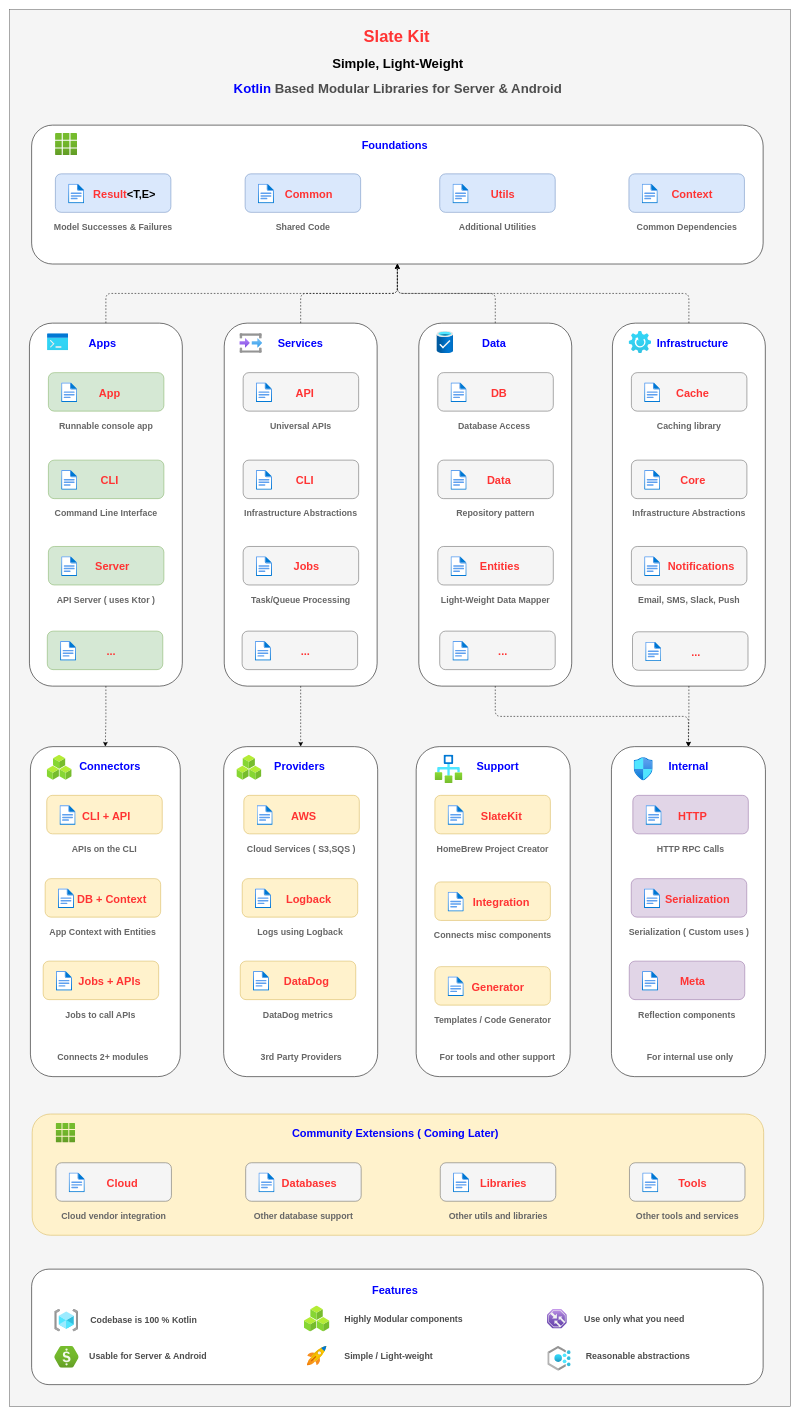
Above: doc/diagrams/slatekit-overview.drawio in slatekit/kiit (draw.io), before the change. Source tidied: cells renumbered, new cells numbered last; positions are measured from the earlier drawing's top-left corner, leaving out a move shared by most shapes. Both pictures are drawn from the tidied source at 55%, with x=0, y=0 at pixel (9, 9).
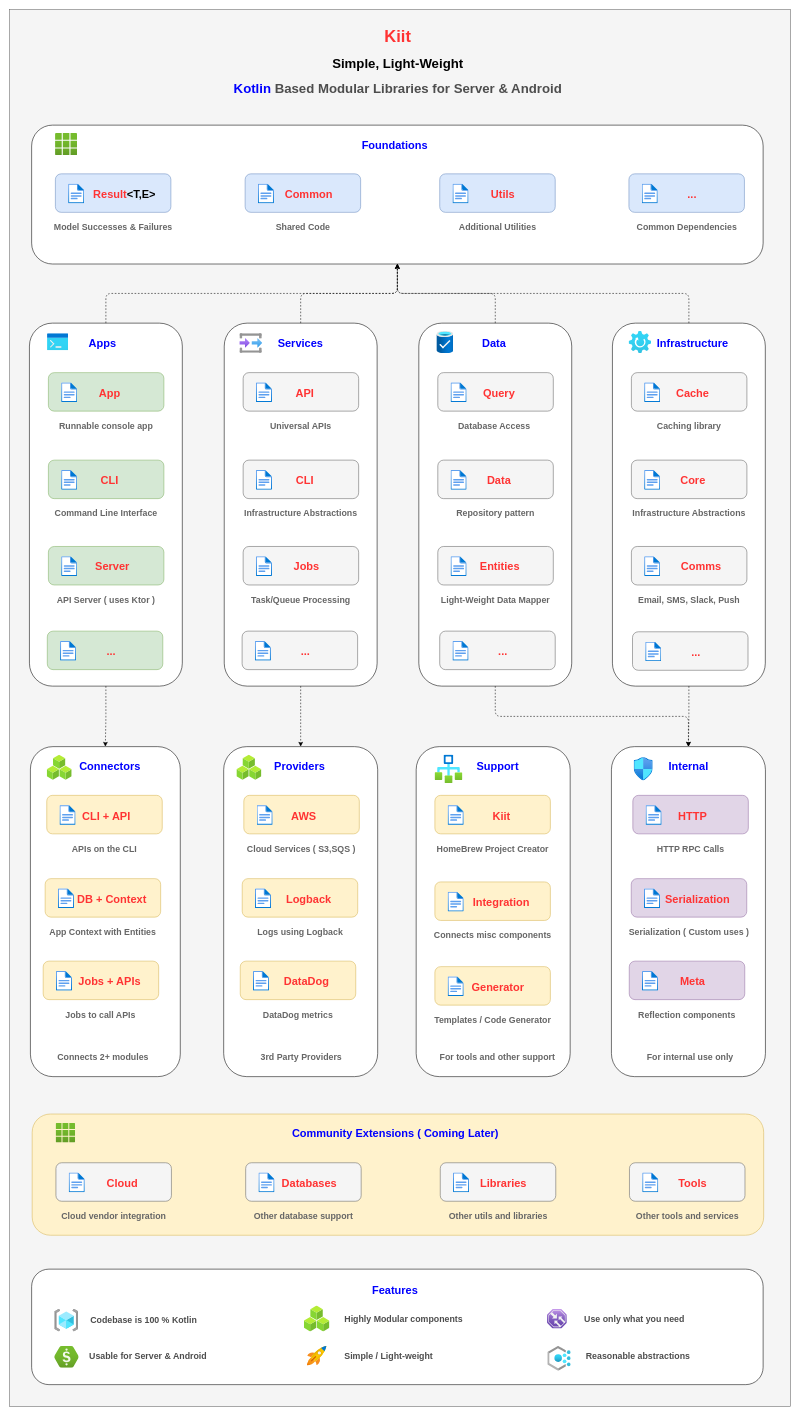
The same page after the edit.

What changed in the source:
```diff
@@
-    <mxCell id="5" value="&lt;font&gt;&lt;span style=&quot;font-size: 14px&quot;&gt;&lt;font color=&quot;#ff3333&quot; style=&quot;font-weight: bold ; font-size: 30px&quot;&gt;Slate Kit&lt;/font&gt;&lt;font color=&quot;#3333ff&quot; style=&quot;font-weight: bold ; font-size: 14px&quot;&gt;&amp;nbsp;&lt;br&gt;&lt;br&gt;&lt;/font&gt;&lt;font style=&quot;font-weight: bold ; font-size: 24px&quot;&gt;Simple, Light-Weight&lt;br&gt;&lt;/font&gt;&lt;br&gt;&lt;font style=&quot;font-size: 24px&quot;&gt;&lt;b&gt;&lt;font color=&quot;#0000ff&quot;&gt;Kotlin&lt;/font&gt;&lt;font color=&quot;#4d4d4d&quot;&gt; Based Modular&lt;/font&gt;&lt;font color=&quot;#4d4d4d&quot;&gt;&amp;nbsp;Libraries for Server &amp;amp; Android&lt;/font&gt;&lt;/b&gt;&lt;/font&gt;&lt;br&gt;&lt;/span&gt;&lt;/font&gt;" style="text;html=1;strokeColor=none;fillColor=none;align=center;verticalAlign=middle;whiteSpace=wrap;rounded=0;" parent="1" vertex="1">
+    <mxCell id="5" value="&lt;font&gt;&lt;span style=&quot;font-size: 14px&quot;&gt;&lt;font color=&quot;#ff3333&quot; style=&quot;font-weight: bold ; font-size: 30px&quot;&gt;Kiit&lt;/font&gt;&lt;font color=&quot;#3333ff&quot; style=&quot;font-weight: bold ; font-size: 14px&quot;&gt;&lt;br&gt;&lt;br&gt;&lt;/font&gt;&lt;font style=&quot;font-weight: bold ; font-size: 24px&quot;&gt;Simple, Light-Weight&lt;br&gt;&lt;/font&gt;&lt;br&gt;&lt;font style=&quot;font-size: 24px&quot;&gt;&lt;b&gt;&lt;font color=&quot;#0000ff&quot;&gt;Kotlin&lt;/font&gt;&lt;font color=&quot;#4d4d4d&quot;&gt; Based Modular&lt;/font&gt;&lt;font color=&quot;#4d4d4d&quot;&gt;&amp;nbsp;Libraries for Server &amp;amp; Android&lt;/font&gt;&lt;/b&gt;&lt;/font&gt;&lt;br&gt;&lt;/span&gt;&lt;/font&gt;" style="text;html=1;strokeColor=none;fillColor=none;align=center;verticalAlign=middle;whiteSpace=wrap;rounded=0;" parent="1" vertex="1">
       <mxGeometry x="62" y="30" width="1288" height="130" as="geometry" />
     </mxCell>
@@
-    <mxCell id="25" value="&lt;font color=&quot;#ff3333&quot;&gt;&lt;span style=&quot;font-size: 20px&quot;&gt;&lt;b&gt;Context&lt;/b&gt;&lt;/span&gt;&lt;/font&gt;" style="text;html=1;strokeColor=none;fillColor=none;align=center;verticalAlign=middle;whiteSpace=wrap;rounded=0;" parent="1" vertex="1">
+    <mxCell id="25" value="&lt;font color=&quot;#ff3333&quot;&gt;&lt;span style=&quot;font-size: 20px&quot;&gt;&lt;b&gt;...&lt;/b&gt;&lt;/span&gt;&lt;/font&gt;" style="text;html=1;strokeColor=none;fillColor=none;align=center;verticalAlign=middle;whiteSpace=wrap;rounded=0;" parent="1" vertex="1">
       <mxGeometry x="1171.9" y="319.8" width="138.3" height="30" as="geometry" />
     </mxCell>
@@
-    <mxCell id="59" value="&lt;font color=&quot;#ff3333&quot;&gt;&lt;span style=&quot;font-size: 20px&quot;&gt;&lt;b&gt;DB&lt;/b&gt;&lt;/span&gt;&lt;/font&gt;" style="text;html=1;strokeColor=none;fillColor=none;align=center;verticalAlign=middle;whiteSpace=wrap;rounded=0;" parent="1" vertex="1">
+    <mxCell id="59" value="&lt;font color=&quot;#ff3333&quot;&gt;&lt;span style=&quot;font-size: 20px&quot;&gt;&lt;b&gt;Query&lt;/b&gt;&lt;/span&gt;&lt;/font&gt;" style="text;html=1;strokeColor=none;fillColor=none;align=center;verticalAlign=middle;whiteSpace=wrap;rounded=0;" parent="1" vertex="1">
       <mxGeometry x="845.3" y="681.2" width="90" height="30" as="geometry" />
     </mxCell>
@@
-    <mxCell id="81" value="&lt;font color=&quot;#ff3333&quot;&gt;&lt;span style=&quot;font-size: 20px&quot;&gt;&lt;b&gt;Notifications&lt;/b&gt;&lt;/span&gt;&lt;/font&gt;" style="text;html=1;strokeColor=none;fillColor=none;align=center;verticalAlign=middle;whiteSpace=wrap;rounded=0;" parent="1" vertex="1">
+    <mxCell id="81" value="&lt;font color=&quot;#ff3333&quot;&gt;&lt;span style=&quot;font-size: 20px&quot;&gt;&lt;b&gt;Comms&lt;/b&gt;&lt;/span&gt;&lt;/font&gt;" style="text;html=1;strokeColor=none;fillColor=none;align=center;verticalAlign=middle;whiteSpace=wrap;rounded=0;" parent="1" vertex="1">
       <mxGeometry x="1197.3" y="997.3" width="120.7" height="30" as="geometry" />
     </mxCell>
@@
-    <mxCell id="105" value="&lt;font color=&quot;#ff3333&quot;&gt;&lt;span style=&quot;font-size: 20px&quot;&gt;&lt;b&gt;SlateKit&lt;/b&gt;&lt;/span&gt;&lt;/font&gt;" style="text;html=1;strokeColor=none;fillColor=none;align=center;verticalAlign=middle;whiteSpace=wrap;rounded=0;" parent="1" vertex="1">
+    <mxCell id="105" value="&lt;font color=&quot;#ff3333&quot;&gt;&lt;span style=&quot;font-size: 20px&quot;&gt;&lt;b&gt;Kiit&lt;/b&gt;&lt;/span&gt;&lt;/font&gt;" style="text;html=1;strokeColor=none;fillColor=none;align=center;verticalAlign=middle;whiteSpace=wrap;rounded=0;" parent="1" vertex="1">
       <mxGeometry x="828.7" y="1449.8" width="130.6" height="30" as="geometry" />
     </mxCell>
```
